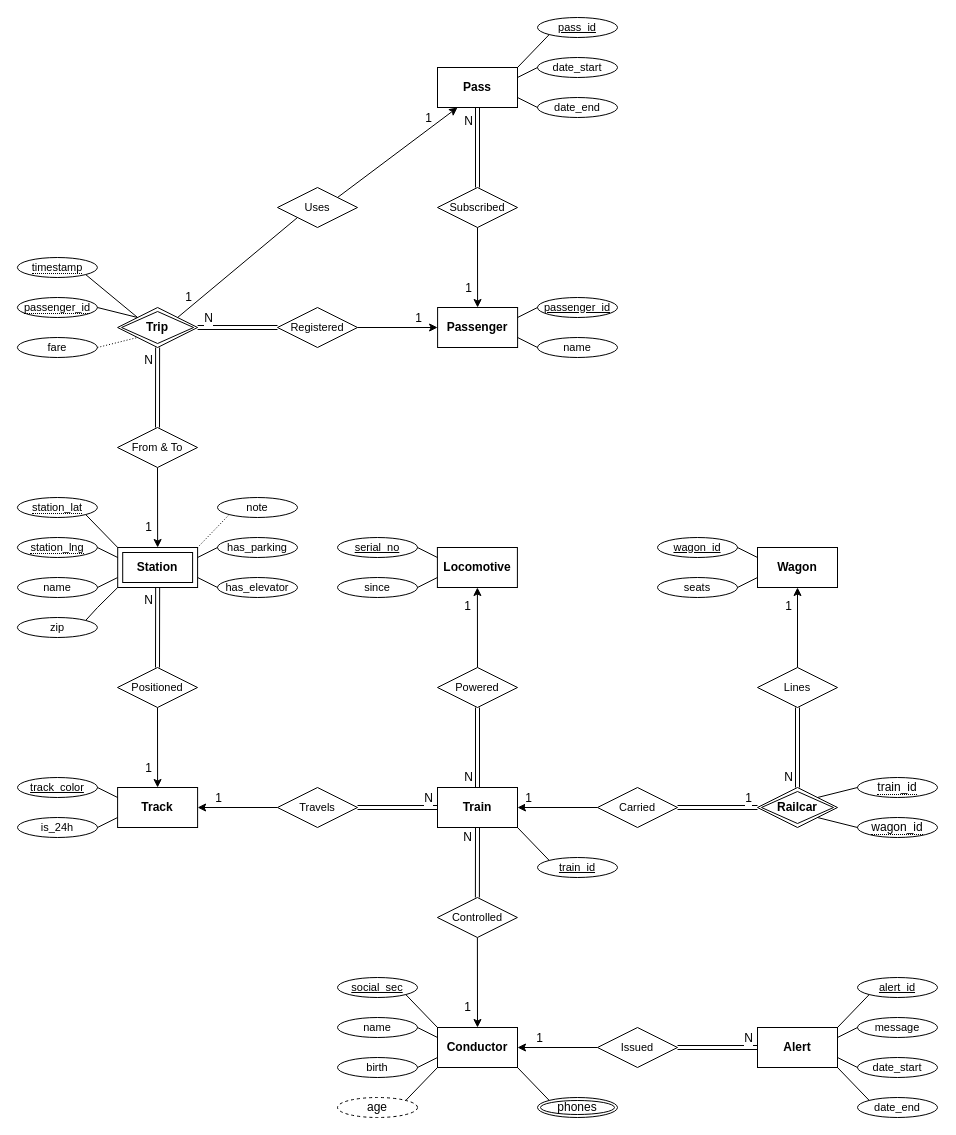
hanggrian/IIT-CS425 keeps this draw.io diagram as page "proj_deliverable2" (2 of 4) of cta/er.drawio. Above is the earlier version. Source tidied: cells renumbered, new cells numbered last; positions are measured from the earlier drawing's top-left corner, leaving out a move shared by most shapes. Both pictures are drawn from the tidied source at 100%, with x=0, y=0 at pixel (17, 17).
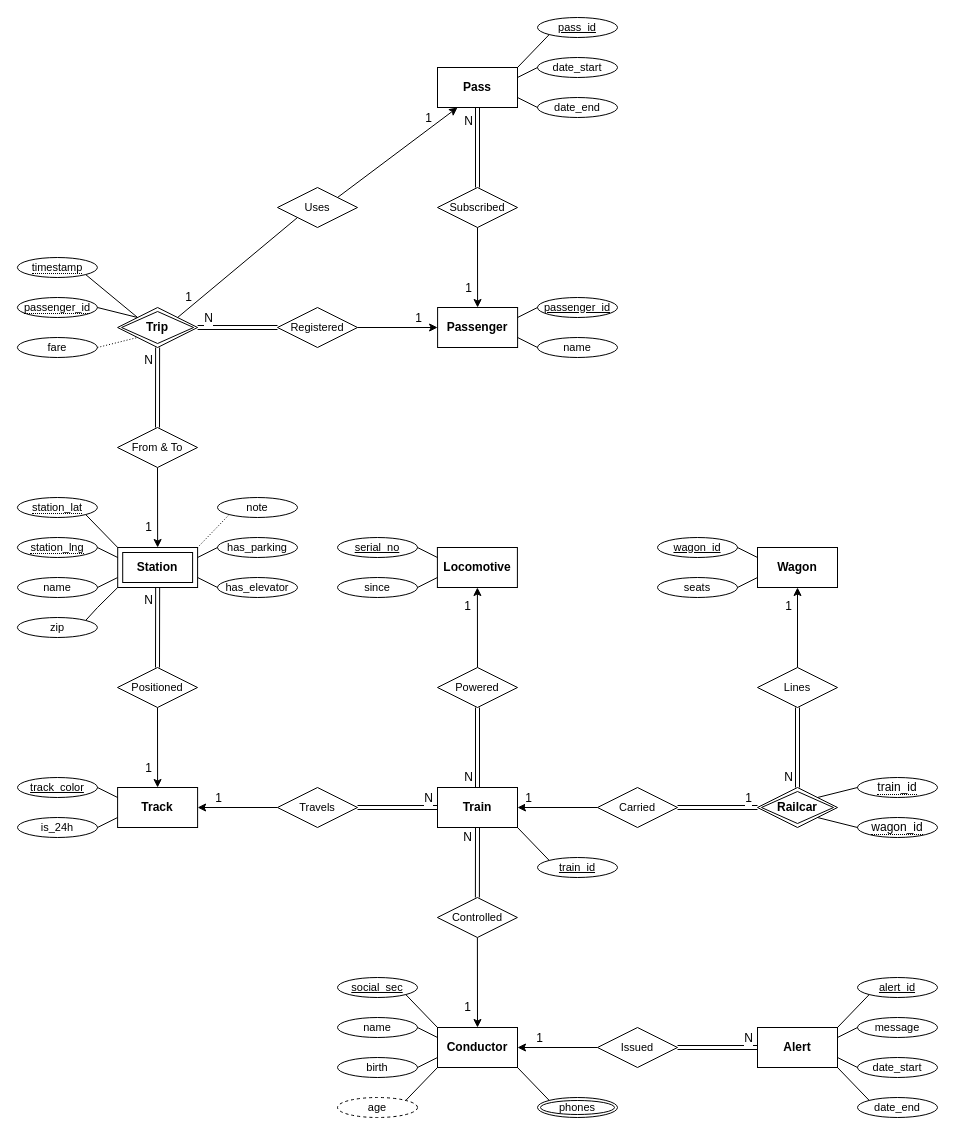
After the change.

The edit, as a diff of the source:
```diff
@@
-    <mxCell id="127" value="phones" style="ellipse;shape=doubleEllipse;margin=3;whiteSpace=wrap;html=1;align=center;" parent="1" vertex="1">
+    <mxCell id="127" value="phones" style="ellipse;shape=doubleEllipse;margin=3;whiteSpace=wrap;html=1;align=center;fontSize=11;" parent="1" vertex="1">
       <mxGeometry x="520" y="1080" width="80" height="20" as="geometry" />
     </mxCell>
-    <mxCell id="128" value="age" style="ellipse;whiteSpace=wrap;html=1;align=center;dashed=1;" parent="1" vertex="1">
+    <mxCell id="128" value="age" style="ellipse;whiteSpace=wrap;html=1;align=center;dashed=1;fontSize=11;" parent="1" vertex="1">
       <mxGeometry x="320" y="1080" width="80" height="20" as="geometry" />
     </mxCell>
```
